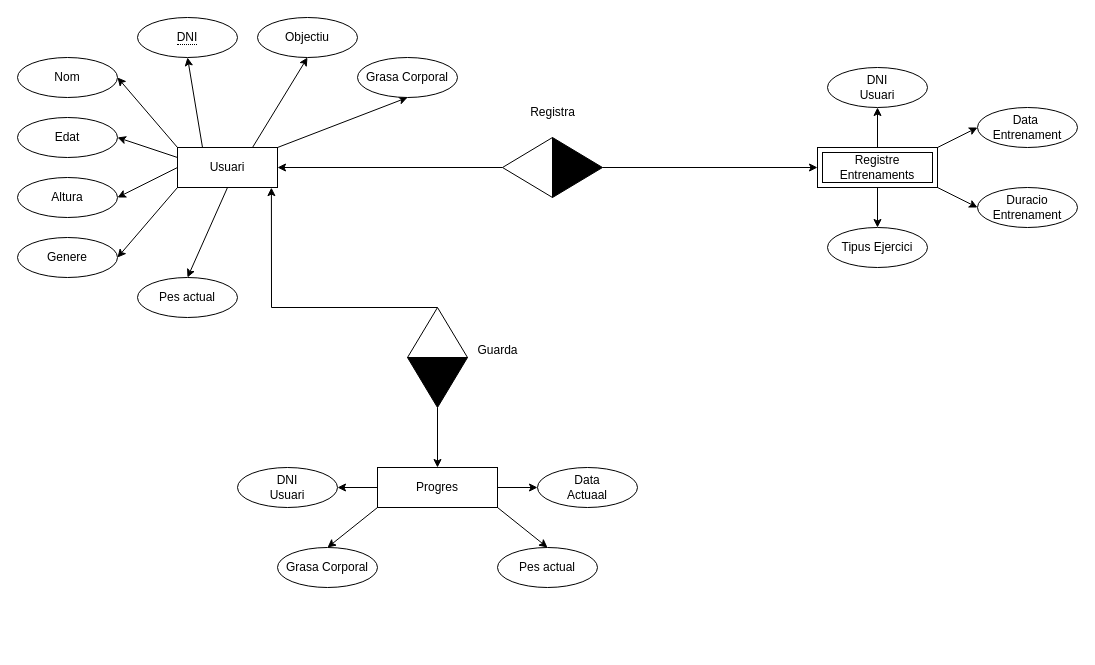
Above: BD Treball.drawio in PellicerAngel/Treball-BD- (draw.io), before the change. Source tidied: cells renumbered, new cells numbered last; positions are measured from the earlier drawing's top-left corner, leaving out a move shared by most shapes. Both pictures are drawn from the tidied source at 100%, with x=0, y=0 at pixel (17, 17).
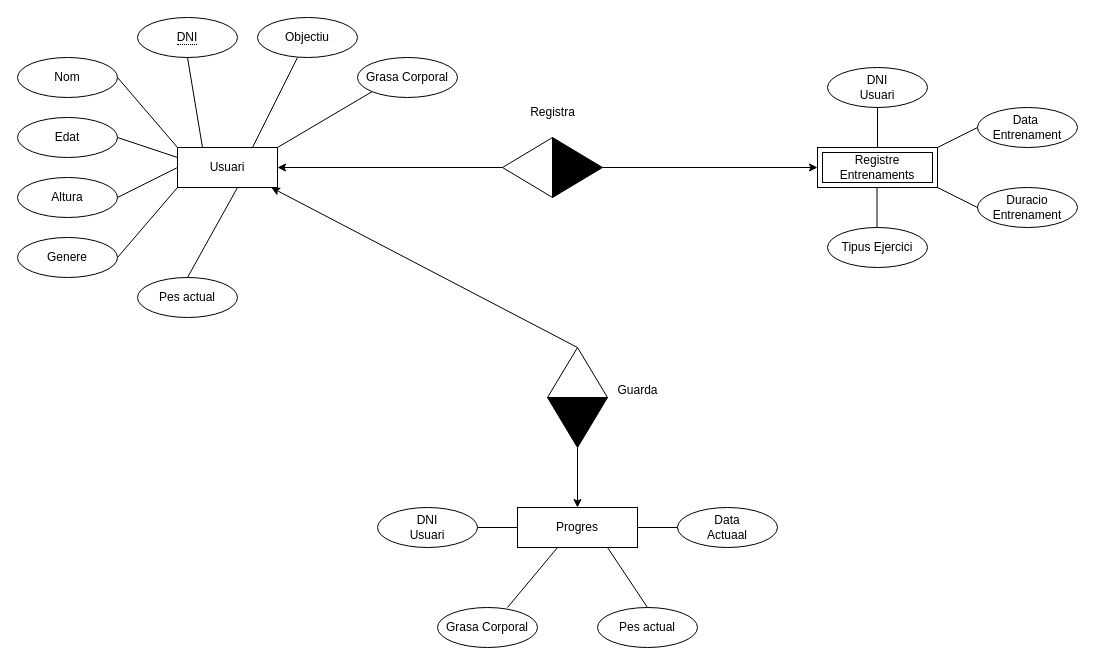
The same diagram, later.

The change refers to these unchanged cells:
```xml
<mxCell id="10" value="Usuari" style="whiteSpace=wrap;html=1;align=center;" parent="1" vertex="1">
  <mxGeometry x="160" y="130" width="100" height="40" as="geometry" />
</mxCell>
<mxCell id="16" value="Grasa Corporal" style="ellipse;whiteSpace=wrap;html=1;align=center;" parent="1" vertex="1">
  <mxGeometry x="340" y="40" width="100" height="40" as="geometry" />
</mxCell>
<mxCell id="17" value="Pes actual" style="ellipse;whiteSpace=wrap;html=1;align=center;" parent="1" vertex="1">
  <mxGeometry x="120" y="260" width="100" height="40" as="geometry" />
</mxCell>
<mxCell id="18" value="Genere" style="ellipse;whiteSpace=wrap;html=1;align=center;" parent="1" vertex="1">
  <mxGeometry y="220" width="100" height="40" as="geometry" />
</mxCell>
<mxCell id="19" value="Altura" style="ellipse;whiteSpace=wrap;html=1;align=center;" parent="1" vertex="1">
  <mxGeometry y="160" width="100" height="40" as="geometry" />
</mxCell>
<mxCell id="20" value="Edat" style="ellipse;whiteSpace=wrap;html=1;align=center;" parent="1" vertex="1">
  <mxGeometry y="100" width="100" height="40" as="geometry" />
</mxCell>
<mxCell id="21" value="Objectiu" style="ellipse;whiteSpace=wrap;html=1;align=center;" parent="1" vertex="1">
  <mxGeometry x="240" width="100" height="40" as="geometry" />
</mxCell>
<mxCell id="22" value="Nom" style="ellipse;whiteSpace=wrap;html=1;align=center;" parent="1" vertex="1">
  <mxGeometry y="40" width="100" height="40" as="geometry" />
</mxCell>
<mxCell id="23" value="Duracio&lt;div&gt;Entrenament&lt;/div&gt;" style="ellipse;whiteSpace=wrap;html=1;align=center;" parent="1" vertex="1">
  <mxGeometry x="960" y="170" width="100" height="40" as="geometry" />
</mxCell>
<mxCell id="24" value="DNI&lt;div&gt;Usuari&lt;/div&gt;" style="ellipse;whiteSpace=wrap;html=1;align=center;" parent="1" vertex="1">
  <mxGeometry x="810" y="50" width="100" height="40" as="geometry" />
</mxCell>
<mxCell id="25" value="Tipus Ejercici" style="ellipse;whiteSpace=wrap;html=1;align=center;" parent="1" vertex="1">
  <mxGeometry x="810" y="210" width="100" height="40" as="geometry" />
</mxCell>
<mxCell id="26" value="Data&amp;nbsp;&lt;div&gt;Entrenament&lt;/div&gt;" style="ellipse;whiteSpace=wrap;html=1;align=center;" parent="1" vertex="1">
  <mxGeometry x="960" y="90" width="100" height="40" as="geometry" />
</mxCell>
<mxCell id="30" value="&lt;span style=&quot;border-bottom: 1px dotted&quot;&gt;DNI&lt;/span&gt;" style="ellipse;whiteSpace=wrap;html=1;align=center;" parent="1" vertex="1">
  <mxGeometry x="120" width="100" height="40" as="geometry" />
</mxCell>
<mxCell id="47" value="Registre&lt;div&gt;Entrenaments&lt;/div&gt;" style="shape=ext;margin=3;double=1;whiteSpace=wrap;html=1;align=center;" parent="1" vertex="1">
  <mxGeometry x="800" y="130" width="120" height="40" as="geometry" />
</mxCell>
```

The edit, as a diff of the source:
```diff
@@
-    <mxCell id="2" style="edgeStyle=none;rounded=0;jettySize=auto;html=1;exitX=0.25;exitY=0;exitDx=0;exitDy=0;entryX=0.5;entryY=1;entryDx=0;entryDy=0;" parent="1" edge="1" source="10" target="30">
-      <mxGeometry relative="1" as="geometry" />
-    </mxCell>
-    <mxCell id="3" style="edgeStyle=none;rounded=0;jettySize=auto;html=1;exitX=0.75;exitY=0;exitDx=0;exitDy=0;entryX=0.5;entryY=1;entryDx=0;entryDy=0;" parent="1" edge="1" source="10" target="21">
-      <mxGeometry relative="1" as="geometry" />
-    </mxCell>
-    <mxCell id="4" style="edgeStyle=none;rounded=0;jettySize=auto;html=1;exitX=1;exitY=0;exitDx=0;exitDy=0;entryX=0.5;entryY=1;entryDx=0;entryDy=0;" parent="1" edge="1" source="10" target="16">
-      <mxGeometry relative="1" as="geometry" />
-    </mxCell>
-    <mxCell id="5" style="edgeStyle=none;rounded=0;jettySize=auto;html=1;exitX=0;exitY=0;exitDx=0;exitDy=0;entryX=1;entryY=0.5;entryDx=0;entryDy=0;" parent="1" edge="1" source="10" target="22">
-      <mxGeometry relative="1" as="geometry" />
-    </mxCell>
-    <mxCell id="6" style="edgeStyle=none;rounded=0;jettySize=auto;html=1;exitX=0;exitY=0.25;exitDx=0;exitDy=0;entryX=1;entryY=0.5;entryDx=0;entryDy=0;" parent="1" edge="1" source="10" target="20">
-      <mxGeometry relative="1" as="geometry" />
-    </mxCell>
-    <mxCell id="7" style="edgeStyle=none;rounded=0;jettySize=auto;html=1;exitX=0;exitY=0.5;exitDx=0;exitDy=0;entryX=1;entryY=0.5;entryDx=0;entryDy=0;" parent="1" edge="1" source="10" target="19">
-      <mxGeometry relative="1" as="geometry" />
-    </mxCell>
-    <mxCell id="8" style="edgeStyle=none;rounded=0;jettySize=auto;html=1;exitX=0;exitY=1;exitDx=0;exitDy=0;entryX=1;entryY=0.5;entryDx=0;entryDy=0;" parent="1" edge="1" source="10" target="18">
-      <mxGeometry relative="1" as="geometry" />
-    </mxCell>
-    <mxCell id="9" style="edgeStyle=none;rounded=0;jettySize=auto;html=1;exitX=0.5;exitY=1;exitDx=0;exitDy=0;entryX=0.5;entryY=0;entryDx=0;entryDy=0;" parent="1" edge="1" source="10" target="17">
-      <mxGeometry relative="1" as="geometry" />
-    </mxCell>
@@
-    <mxCell id="11" style="edgeStyle=none;rounded=0;jettySize=auto;html=1;exitX=0;exitY=1;exitDx=0;exitDy=0;entryX=0.5;entryY=0;entryDx=0;entryDy=0;" parent="1" edge="1" source="15" target="29">
-      <mxGeometry relative="1" as="geometry" />
-    </mxCell>
-    <mxCell id="12" style="edgeStyle=none;rounded=0;jettySize=auto;html=1;exitX=0;exitY=0.5;exitDx=0;exitDy=0;entryX=1;entryY=0.5;entryDx=0;entryDy=0;" parent="1" edge="1" source="15" target="28">
-      <mxGeometry relative="1" as="geometry" />
-    </mxCell>
-    <mxCell id="13" style="edgeStyle=none;rounded=0;jettySize=auto;html=1;exitX=1;exitY=0.5;exitDx=0;exitDy=0;entryX=0;entryY=0.5;entryDx=0;entryDy=0;" parent="1" edge="1" source="15" target="27">
-      <mxGeometry relative="1" as="geometry" />
-    </mxCell>
-    <mxCell id="14" style="edgeStyle=none;rounded=0;jettySize=auto;html=1;exitX=1;exitY=1;exitDx=0;exitDy=0;entryX=0.5;entryY=0;entryDx=0;entryDy=0;" parent="1" edge="1" source="15" target="48">
-      <mxGeometry relative="1" as="geometry" />
-    </mxCell>
     <mxCell id="15" value="Progres" style="whiteSpace=wrap;html=1;align=center;" parent="1" vertex="1">
-      <mxGeometry x="360" y="450" width="120" height="40" as="geometry" />
+      <mxGeometry x="500" y="490" width="120" height="40" as="geometry" />
     </mxCell>
@@
     <mxCell id="27" value="Data&lt;div&gt;Actuaal&lt;/div&gt;" style="ellipse;whiteSpace=wrap;html=1;align=center;" parent="1" vertex="1">
-      <mxGeometry x="520" y="450" width="100" height="40" as="geometry" />
+      <mxGeometry x="660" y="490" width="100" height="40" as="geometry" />
     </mxCell>
     <mxCell id="28" value="&lt;div&gt;DNI&lt;/div&gt;&lt;div&gt;Usuari&lt;/div&gt;" style="ellipse;whiteSpace=wrap;html=1;align=center;" parent="1" vertex="1">
-      <mxGeometry x="220" y="450" width="100" height="40" as="geometry" />
+      <mxGeometry x="360" y="490" width="100" height="40" as="geometry" />
     </mxCell>
     <mxCell id="29" value="Grasa Corporal" style="ellipse;whiteSpace=wrap;html=1;align=center;" parent="1" vertex="1">
-      <mxGeometry x="260" y="530" width="100" height="40" as="geometry" />
+      <mxGeometry x="420" y="590" width="100" height="40" as="geometry" />
     </mxCell>
@@
     <mxCell id="33" style="edgeStyle=none;rounded=0;jettySize=auto;html=1;exitX=0;exitY=0;exitDx=30;exitDy=0;exitPerimeter=0;entryX=0.939;entryY=1.003;entryDx=0;entryDy=0;entryPerimeter=0;" parent="1" edge="1" source="34" target="10">
-      <mxGeometry relative="1" as="geometry">
-        <Array as="points">
-          <mxPoint x="254" y="290" />
-        </Array>
-      </mxGeometry>
+      <mxGeometry relative="1" as="geometry" />
     </mxCell>
     <mxCell id="34" style="verticalLabelPosition=bottom;verticalAlign=top;html=1;shape=mxgraph.basic.acute_triangle;dx=0.5;" parent="1" vertex="1">
-      <mxGeometry x="390" y="290" width="60" height="50" as="geometry" />
+      <mxGeometry x="530" y="330" width="60" height="50" as="geometry" />
     </mxCell>
@@
     <mxCell id="36" style="verticalLabelPosition=bottom;verticalAlign=top;html=1;shape=mxgraph.basic.acute_triangle;dx=0.5;rotation=-180;fillColor=#000000;" parent="1" vertex="1">
-      <mxGeometry x="390" y="340" width="60" height="50" as="geometry" />
+      <mxGeometry x="530" y="380" width="60" height="50" as="geometry" />
     </mxCell>
@@
     <mxCell id="42" value="Guarda" style="text;html=1;align=center;verticalAlign=middle;strokeColor=none;fillColor=none;" parent="1" vertex="1">
-      <mxGeometry x="450" y="318" width="60" height="30" as="geometry" />
+      <mxGeometry x="590" y="358" width="60" height="30" as="geometry" />
     </mxCell>
-    <mxCell id="43" style="edgeStyle=none;rounded=0;jettySize=auto;html=1;exitX=0.5;exitY=0;exitDx=0;exitDy=0;entryX=0.5;entryY=1;entryDx=0;entryDy=0;" parent="1" edge="1" source="47" target="24">
-      <mxGeometry relative="1" as="geometry" />
-    </mxCell>
-    <mxCell id="44" style="edgeStyle=none;rounded=0;jettySize=auto;html=1;exitX=0.5;exitY=1;exitDx=0;exitDy=0;entryX=0.5;entryY=0;entryDx=0;entryDy=0;" parent="1" edge="1" source="47" target="25">
-      <mxGeometry relative="1" as="geometry" />
-    </mxCell>
-    <mxCell id="45" style="edgeStyle=none;rounded=0;jettySize=auto;html=1;exitX=1;exitY=1;exitDx=0;exitDy=0;entryX=0;entryY=0.5;entryDx=0;entryDy=0;" parent="1" edge="1" source="47" target="23">
-      <mxGeometry relative="1" as="geometry" />
-    </mxCell>
-    <mxCell id="46" style="edgeStyle=none;rounded=0;jettySize=auto;html=1;exitX=1;exitY=0;exitDx=0;exitDy=0;entryX=0;entryY=0.5;entryDx=0;entryDy=0;" parent="1" edge="1" source="47" target="26">
-      <mxGeometry relative="1" as="geometry" />
-    </mxCell>
@@
     <mxCell id="48" value="Pes actual" style="ellipse;whiteSpace=wrap;html=1;align=center;" parent="1" vertex="1">
-      <mxGeometry x="480" y="530" width="100" height="40" as="geometry" />
+      <mxGeometry x="580" y="590" width="100" height="40" as="geometry" />
     </mxCell>
+    <mxCell id="49" style="endArrow=none;html=1;rounded=0;exitX=0.5;exitY=0;exitDx=0;exitDy=0;" parent="1" edge="1" source="17">
+      <mxGeometry relative="1" as="geometry">
+        <mxPoint x="220" y="170" as="targetPoint" />
+      </mxGeometry>
+    </mxCell>
+    <mxCell id="50" style="endArrow=none;html=1;rounded=0;exitX=1;exitY=0.5;exitDx=0;exitDy=0;" parent="1" edge="1" source="18">
+      <mxGeometry relative="1" as="geometry">
+        <mxPoint x="160" y="170" as="targetPoint" />
+      </mxGeometry>
+    </mxCell>
+    <mxCell id="51" style="endArrow=none;html=1;rounded=0;exitX=1;exitY=0.5;exitDx=0;exitDy=0;" parent="1" edge="1" source="19">
+      <mxGeometry relative="1" as="geometry">
+        <mxPoint x="160" y="150" as="targetPoint" />
+      </mxGeometry>
+    </mxCell>
+    <mxCell id="52" style="endArrow=none;html=1;rounded=0;exitX=1;exitY=0.5;exitDx=0;exitDy=0;entryX=0;entryY=0.25;entryDx=0;entryDy=0;" parent="1" edge="1" source="20" target="10">
+      <mxGeometry relative="1" as="geometry" />
+    </mxCell>
+    <mxCell id="53" style="endArrow=none;html=1;rounded=0;exitX=1;exitY=0.5;exitDx=0;exitDy=0;entryX=0;entryY=0;entryDx=0;entryDy=0;" parent="1" edge="1" target="10">
+      <mxGeometry relative="1" as="geometry">
+        <mxPoint x="100" y="60" as="sourcePoint" />
+      </mxGeometry>
+    </mxCell>
+    <mxCell id="54" style="endArrow=none;html=1;rounded=0;exitX=1;exitY=0.5;exitDx=0;exitDy=0;entryX=0.25;entryY=0;entryDx=0;entryDy=0;" parent="1" edge="1" target="10">
+      <mxGeometry relative="1" as="geometry">
+        <mxPoint x="170" y="40" as="sourcePoint" />
+      </mxGeometry>
+    </mxCell>
+    <mxCell id="55" style="endArrow=none;html=1;rounded=0;exitX=1;exitY=0.5;exitDx=0;exitDy=0;entryX=0.75;entryY=0;entryDx=0;entryDy=0;" parent="1" edge="1" target="10">
+      <mxGeometry relative="1" as="geometry">
+        <mxPoint x="280" y="40" as="sourcePoint" />
+      </mxGeometry>
+    </mxCell>
+    <mxCell id="56" style="endArrow=none;html=1;rounded=0;exitX=0;exitY=1;exitDx=0;exitDy=0;entryX=0.75;entryY=0;entryDx=0;entryDy=0;" parent="1" edge="1" source="16">
+      <mxGeometry relative="1" as="geometry">
+        <mxPoint x="260" y="130" as="targetPoint" />
+      </mxGeometry>
+    </mxCell>
+    <mxCell id="57" style="endArrow=none;html=1;rounded=0;exitX=0.7;exitY=0;exitDx=0;exitDy=0;exitPerimeter=0;" parent="1" edge="1" source="29">
+      <mxGeometry relative="1" as="geometry">
+        <mxPoint x="540" y="530" as="targetPoint" />
+      </mxGeometry>
+    </mxCell>
+    <mxCell id="58" style="endArrow=none;html=1;rounded=0;exitX=1;exitY=0.5;exitDx=0;exitDy=0;entryX=0;entryY=0.5;entryDx=0;entryDy=0;" parent="1" edge="1" source="28" target="15">
+      <mxGeometry relative="1" as="geometry" />
+    </mxCell>
+    <mxCell id="59" style="endArrow=none;html=1;rounded=0;exitX=1;exitY=0.5;exitDx=0;exitDy=0;" parent="1" edge="1" source="15">
+      <mxGeometry relative="1" as="geometry">
+        <mxPoint x="660" y="510" as="targetPoint" />
+      </mxGeometry>
+    </mxCell>
+    <mxCell id="14" style="endArrow=none;html=1;rounded=0;exitX=0.75;exitY=1;exitDx=0;exitDy=0;entryX=0.5;entryY=0;entryDx=0;entryDy=0;" parent="1" edge="1" source="15" target="48">
+      <mxGeometry relative="1" as="geometry" />
+    </mxCell>
+    <mxCell id="60" style="endArrow=none;html=1;rounded=0;exitX=0.5;exitY=0;exitDx=0;exitDy=0;" parent="1" edge="1" source="47">
+      <mxGeometry relative="1" as="geometry">
+        <mxPoint x="860" y="90" as="targetPoint" />
+      </mxGeometry>
+    </mxCell>
+    <mxCell id="61" style="endArrow=none;html=1;rounded=0;exitX=0.5;exitY=0;exitDx=0;exitDy=0;" parent="1" edge="1">
+      <mxGeometry relative="1" as="geometry">
+        <mxPoint x="859.5" y="210" as="sourcePoint" />
+        <mxPoint x="859.5" y="170" as="targetPoint" />
+      </mxGeometry>
+    </mxCell>
+    <mxCell id="62" style="endArrow=none;html=1;rounded=0;exitX=1;exitY=0;exitDx=0;exitDy=0;" parent="1" edge="1" source="47">
+      <mxGeometry relative="1" as="geometry">
+        <mxPoint x="960" y="110" as="targetPoint" />
+      </mxGeometry>
+    </mxCell>
+    <mxCell id="45" style="endArrow=none;html=1;rounded=0;exitX=1;exitY=1;exitDx=0;exitDy=0;entryX=0;entryY=0.5;entryDx=0;entryDy=0;" parent="1" edge="1" source="47" target="23">
+      <mxGeometry relative="1" as="geometry" />
+    </mxCell>
```
